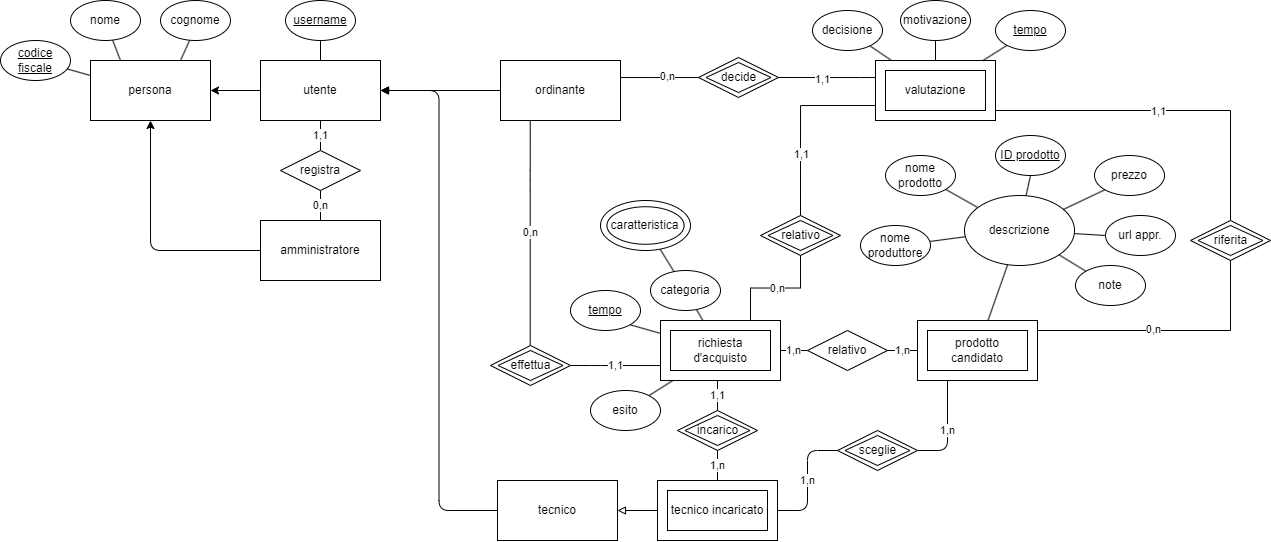
Before: assets/ER_concettuale.png, a diagram exported from draw.io (StefanoElisio/Progetto-base-di-dati). Source tidied: cells renumbered, new cells last; positions are measured from the earlier drawing's top-left corner, leaving out a move shared by most shapes.
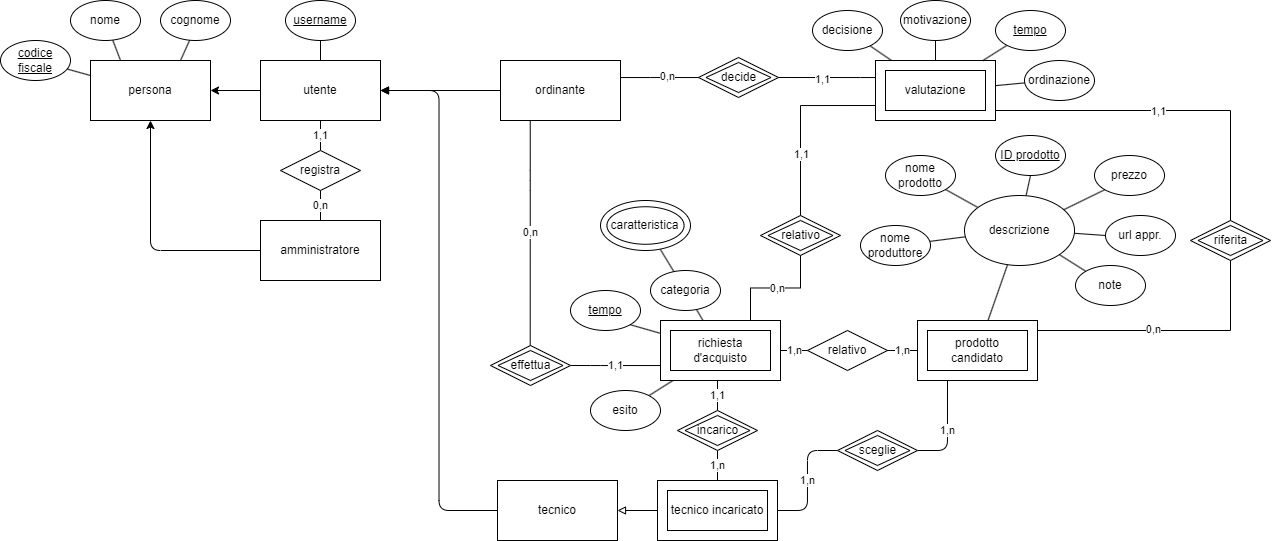
After the change.

Diff of the diagram source:
```diff
@@ -349,5 +349,11 @@
     <mxCell id="104" value="tempo" style="ellipse;whiteSpace=wrap;html=1;fontStyle=4;" parent="1" vertex="1">
       <mxGeometry x="995" y="10" width="70" height="40" as="geometry" />
     </mxCell>
+    <mxCell id="105" value="ordinazione" style="ellipse;whiteSpace=wrap;html=1;fontStyle=0;" parent="1" vertex="1">
+      <mxGeometry x="1024" y="60" width="70" height="40" as="geometry" />
+    </mxCell>
+    <mxCell id="106" style="rounded=0;jettySize=auto;html=1;endArrow=none;endFill=0;" parent="1" edge="1" source="105" target="79">
+      <mxGeometry relative="1" as="geometry" />
+    </mxCell>
   </root>
 </mxGraphModel>
```
